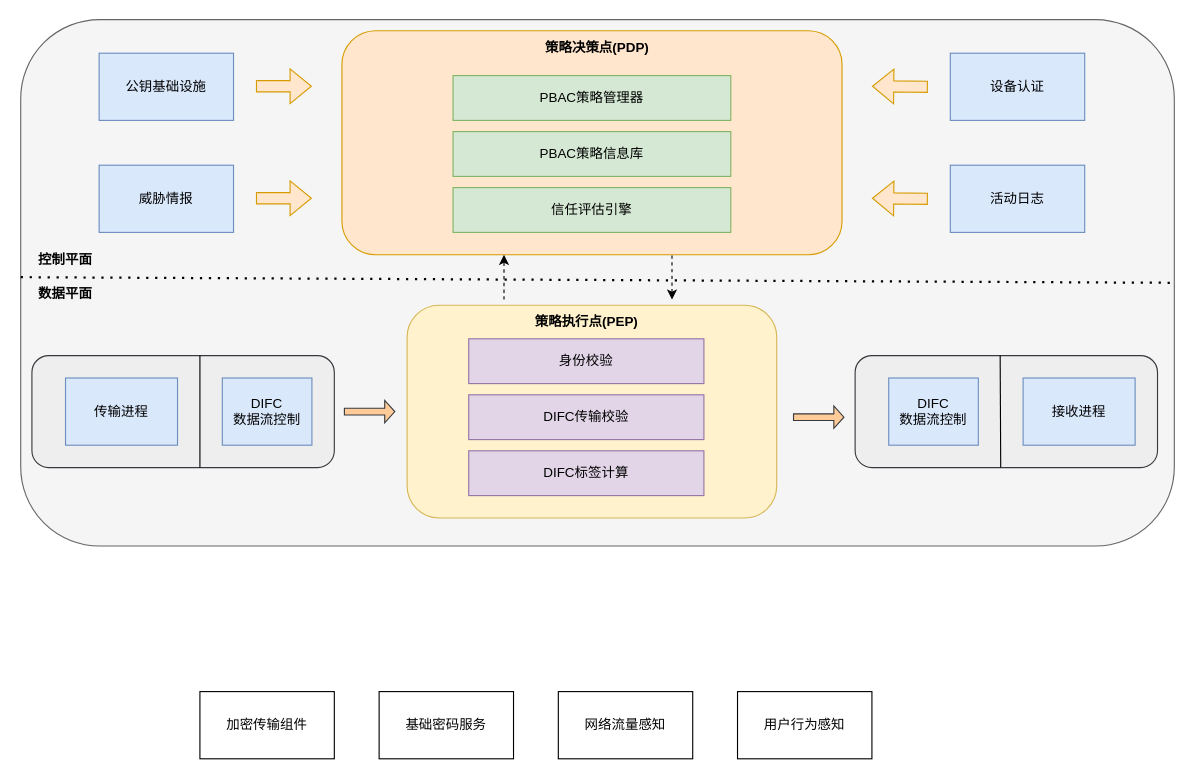
This is DIFC零信任架构.drawio from ZhuShouCheng/notebook, a draw.io file, before an edit. Source tidied: cells renumbered, new cells numbered last; positions are measured from the earlier drawing's top-left corner, leaving out a move shared by most shapes. Both pictures are drawn from the tidied source at 112%, with x=0, y=0 at pixel (20, 19).
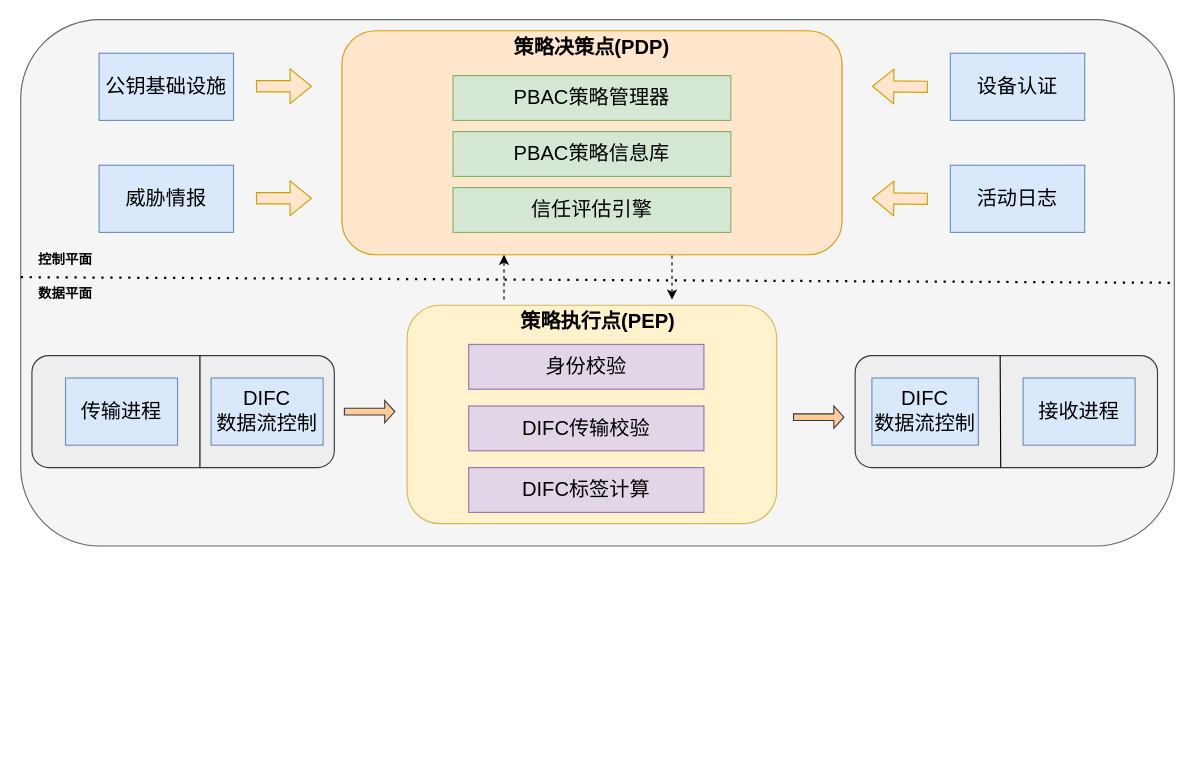
The same diagram, later.

Commit message:
更新DIFC零信任架构.drawio

The edit, as a diff of the source:
```diff
@@
     <mxCell id="4" style="rounded=1;whiteSpace=wrap;html=1;fillColor=#fff2cc;strokeColor=#d6b656;" parent="1" vertex="1">
-      <mxGeometry x="345" y="255" width="330" height="190" as="geometry" />
+      <mxGeometry x="345" y="255" width="330" height="195" as="geometry" />
     </mxCell>
-    <mxCell id="5" value="&lt;b&gt;策略执行点(PEP)&lt;/b&gt;" style="text;html=1;strokeColor=none;fillColor=none;align=center;verticalAlign=middle;whiteSpace=wrap;rounded=0;" parent="1" vertex="1">
-      <mxGeometry x="447.5" y="255" width="115" height="30" as="geometry" />
+    <mxCell id="5" value="&lt;b&gt;&lt;font style=&quot;font-size: 18px;&quot;&gt;策略执行点(PEP)&lt;/font&gt;&lt;/b&gt;" style="text;html=1;strokeColor=none;fillColor=none;align=center;verticalAlign=middle;whiteSpace=wrap;rounded=0;" parent="1" vertex="1">
+      <mxGeometry x="433.8" y="255" width="162.5" height="30" as="geometry" />
     </mxCell>
-    <mxCell id="6" value="DIFC传输校验" style="rounded=0;whiteSpace=wrap;html=1;fillColor=#e1d5e7;strokeColor=#9673a6;" parent="1" vertex="1">
-      <mxGeometry x="400" y="335" width="210" height="40" as="geometry" />
+    <mxCell id="6" value="&lt;font style=&quot;font-size: 18px;&quot;&gt;DIFC传输校验&lt;/font&gt;" style="rounded=0;whiteSpace=wrap;html=1;fillColor=#e1d5e7;strokeColor=#9673a6;" parent="1" vertex="1">
+      <mxGeometry x="400" y="345" width="210" height="40" as="geometry" />
     </mxCell>
-    <mxCell id="7" value="DIFC标签计算" style="rounded=0;whiteSpace=wrap;html=1;fillColor=#e1d5e7;strokeColor=#9673a6;" parent="1" vertex="1">
-      <mxGeometry x="400" y="385" width="210" height="40" as="geometry" />
+    <mxCell id="7" value="&lt;font style=&quot;font-size: 18px;&quot;&gt;DIFC标签计算&lt;/font&gt;" style="rounded=0;whiteSpace=wrap;html=1;fillColor=#e1d5e7;strokeColor=#9673a6;" parent="1" vertex="1">
+      <mxGeometry x="400" y="400" width="210" height="40" as="geometry" />
     </mxCell>
@@
-    <mxCell id="9" value="传输进程" style="rounded=0;whiteSpace=wrap;html=1;fillColor=#dae8fc;strokeColor=#6c8ebf;" parent="1" vertex="1">
+    <mxCell id="9" value="&lt;font style=&quot;font-size: 18px;&quot;&gt;传输进程&lt;/font&gt;" style="rounded=0;whiteSpace=wrap;html=1;fillColor=#dae8fc;strokeColor=#6c8ebf;" parent="1" vertex="1">
       <mxGeometry x="40" y="320" width="100" height="60" as="geometry" />
     </mxCell>
-    <mxCell id="10" value="DIFC&lt;br&gt;数据流控制" style="rounded=0;whiteSpace=wrap;html=1;fillColor=#dae8fc;strokeColor=#6c8ebf;" parent="1" vertex="1">
-      <mxGeometry x="180" y="320" width="80" height="60" as="geometry" />
+    <mxCell id="10" value="&lt;font style=&quot;font-size: 18px;&quot;&gt;DIFC&lt;br&gt;数据流控制&lt;/font&gt;" style="rounded=0;whiteSpace=wrap;html=1;fillColor=#dae8fc;strokeColor=#6c8ebf;" parent="1" vertex="1">
+      <mxGeometry x="170" y="320" width="100" height="60" as="geometry" />
     </mxCell>
@@
-    <mxCell id="12" value="接收进程" style="rounded=0;whiteSpace=wrap;html=1;fillColor=#dae8fc;strokeColor=#6c8ebf;" parent="1" vertex="1">
+    <mxCell id="12" value="&lt;font style=&quot;font-size: 18px;&quot;&gt;接收进程&lt;/font&gt;" style="rounded=0;whiteSpace=wrap;html=1;fillColor=#dae8fc;strokeColor=#6c8ebf;" parent="1" vertex="1">
       <mxGeometry x="895" y="320" width="100" height="60" as="geometry" />
     </mxCell>
-    <mxCell id="13" value="DIFC&lt;br&gt;数据流控制" style="rounded=0;whiteSpace=wrap;html=1;fillColor=#dae8fc;strokeColor=#6c8ebf;" parent="1" vertex="1">
-      <mxGeometry x="775" y="320" width="80" height="60" as="geometry" />
+    <mxCell id="13" value="&lt;font style=&quot;font-size: 18px;&quot;&gt;DIFC&lt;br&gt;数据流控制&lt;/font&gt;" style="rounded=0;whiteSpace=wrap;html=1;fillColor=#dae8fc;strokeColor=#6c8ebf;" parent="1" vertex="1">
+      <mxGeometry x="760" y="320" width="95" height="60" as="geometry" />
     </mxCell>
@@
-    <mxCell id="15" value="PBAC策略管理器" style="rounded=0;whiteSpace=wrap;html=1;fillColor=#d5e8d4;strokeColor=#82b366;" parent="1" vertex="1">
+    <mxCell id="15" value="&lt;font style=&quot;font-size: 18px;&quot;&gt;PBAC策略管理器&lt;/font&gt;" style="rounded=0;whiteSpace=wrap;html=1;fillColor=#d5e8d4;strokeColor=#82b366;" parent="1" vertex="1">
       <mxGeometry x="386" y="50" width="248" height="40" as="geometry" />
     </mxCell>
-    <mxCell id="16" value="PBAC策略信息库" style="rounded=0;whiteSpace=wrap;html=1;fillColor=#d5e8d4;strokeColor=#82b366;" parent="1" vertex="1">
+    <mxCell id="16" value="&lt;font style=&quot;font-size: 18px;&quot;&gt;PBAC策略信息库&lt;/font&gt;" style="rounded=0;whiteSpace=wrap;html=1;fillColor=#d5e8d4;strokeColor=#82b366;" parent="1" vertex="1">
       <mxGeometry x="386" y="100" width="248" height="40" as="geometry" />
     </mxCell>
-    <mxCell id="17" value="信任评估引擎" style="rounded=0;whiteSpace=wrap;html=1;fillColor=#d5e8d4;strokeColor=#82b366;" parent="1" vertex="1">
+    <mxCell id="17" value="&lt;font style=&quot;font-size: 18px;&quot;&gt;信任评估引擎&lt;/font&gt;" style="rounded=0;whiteSpace=wrap;html=1;fillColor=#d5e8d4;strokeColor=#82b366;" parent="1" vertex="1">
       <mxGeometry x="386" y="150" width="248" height="40" as="geometry" />
     </mxCell>
-    <mxCell id="18" value="&lt;b&gt;策略决策点(PDP)&lt;/b&gt;" style="text;html=1;strokeColor=none;fillColor=none;align=center;verticalAlign=middle;whiteSpace=wrap;rounded=0;" parent="1" vertex="1">
-      <mxGeometry x="461" y="10" width="108" height="30" as="geometry" />
+    <mxCell id="18" value="&lt;b&gt;&lt;font style=&quot;font-size: 18px;&quot;&gt;策略决策点(PDP)&lt;/font&gt;&lt;/b&gt;" style="text;html=1;strokeColor=none;fillColor=none;align=center;verticalAlign=middle;whiteSpace=wrap;rounded=0;" parent="1" vertex="1">
+      <mxGeometry x="430.2" y="10" width="159.5" height="30" as="geometry" />
     </mxCell>
-    <mxCell id="19" value="公钥基础设施" style="rounded=0;whiteSpace=wrap;html=1;fillColor=#dae8fc;strokeColor=#6c8ebf;" parent="1" vertex="1">
+    <mxCell id="19" value="&lt;font style=&quot;font-size: 18px;&quot;&gt;公钥基础设施&lt;/font&gt;" style="rounded=0;whiteSpace=wrap;html=1;fillColor=#dae8fc;strokeColor=#6c8ebf;" parent="1" vertex="1">
       <mxGeometry x="70" y="30" width="120" height="60" as="geometry" />
     </mxCell>
-    <mxCell id="20" value="威胁情报" style="rounded=0;whiteSpace=wrap;html=1;fillColor=#dae8fc;strokeColor=#6c8ebf;" parent="1" vertex="1">
+    <mxCell id="20" value="&lt;font style=&quot;font-size: 18px;&quot;&gt;威胁情报&lt;/font&gt;" style="rounded=0;whiteSpace=wrap;html=1;fillColor=#dae8fc;strokeColor=#6c8ebf;" parent="1" vertex="1">
       <mxGeometry x="70" y="130" width="120" height="60" as="geometry" />
     </mxCell>
-    <mxCell id="21" value="设备认证" style="rounded=0;whiteSpace=wrap;html=1;fillColor=#dae8fc;strokeColor=#6c8ebf;" parent="1" vertex="1">
+    <mxCell id="21" value="&lt;font style=&quot;font-size: 18px;&quot;&gt;设备认证&lt;/font&gt;" style="rounded=0;whiteSpace=wrap;html=1;fillColor=#dae8fc;strokeColor=#6c8ebf;" parent="1" vertex="1">
       <mxGeometry x="830" y="30" width="120" height="60" as="geometry" />
     </mxCell>
-    <mxCell id="22" value="活动日志" style="rounded=0;whiteSpace=wrap;html=1;fillColor=#dae8fc;strokeColor=#6c8ebf;" parent="1" vertex="1">
+    <mxCell id="22" value="&lt;font style=&quot;font-size: 18px;&quot;&gt;活动日志&lt;/font&gt;" style="rounded=0;whiteSpace=wrap;html=1;fillColor=#dae8fc;strokeColor=#6c8ebf;" parent="1" vertex="1">
       <mxGeometry x="830" y="130" width="120" height="60" as="geometry" />
     </mxCell>
@@
-    <mxCell id="31" value="身份校验" style="rounded=0;whiteSpace=wrap;html=1;fillColor=#e1d5e7;strokeColor=#9673a6;" parent="1" vertex="1">
-      <mxGeometry x="400" y="285" width="210" height="40" as="geometry" />
+    <mxCell id="31" value="&lt;font style=&quot;font-size: 18px;&quot;&gt;身份校验&lt;/font&gt;" style="rounded=0;whiteSpace=wrap;html=1;fillColor=#e1d5e7;strokeColor=#9673a6;" parent="1" vertex="1">
+      <mxGeometry x="400" y="290" width="210" height="40" as="geometry" />
     </mxCell>
@@
-    <mxCell id="36" value="加密传输组件" style="rounded=0;whiteSpace=wrap;html=1;" parent="1" vertex="1">
-      <mxGeometry x="160" y="600" width="120" height="60" as="geometry" />
-    </mxCell>
-    <mxCell id="37" value="基础密码服务" style="rounded=0;whiteSpace=wrap;html=1;" parent="1" vertex="1">
-      <mxGeometry x="320" y="600" width="120" height="60" as="geometry" />
-    </mxCell>
-    <mxCell id="38" value="网络流量感知" style="rounded=0;whiteSpace=wrap;html=1;" parent="1" vertex="1">
-      <mxGeometry x="480" y="600" width="120" height="60" as="geometry" />
-    </mxCell>
-    <mxCell id="39" value="用户行为感知" style="rounded=0;whiteSpace=wrap;html=1;" parent="1" vertex="1">
-      <mxGeometry x="640" y="600" width="120" height="60" as="geometry" />
-    </mxCell>
```
